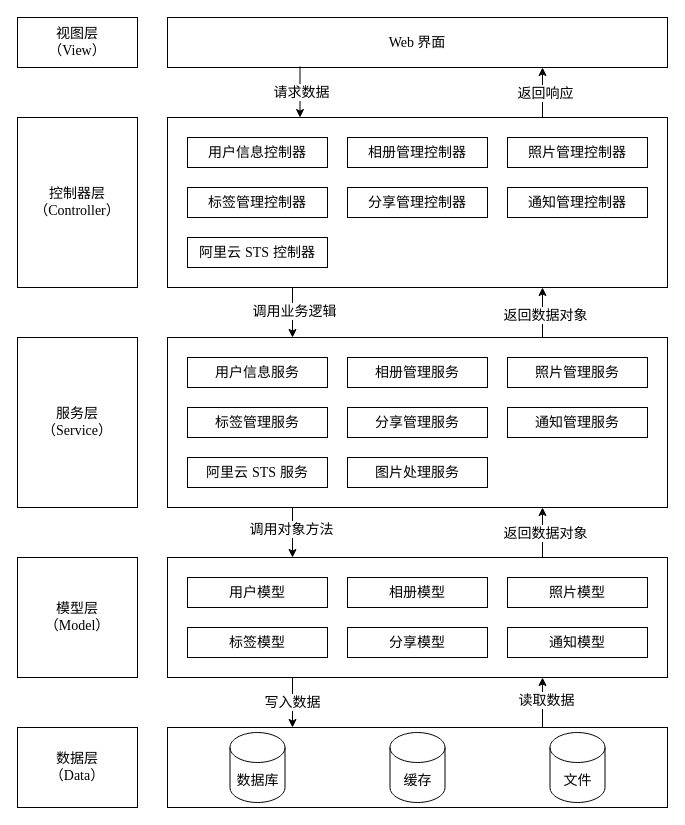
The draw.io diagram public/Untitled Diagram.drawio in 3fuyang/3fuyang.github.io, before the edit. Source tidied: cells renumbered, new cells numbered last; positions are measured from the earlier drawing's top-left corner, leaving out a move shared by most shapes. Both pictures are drawn from the tidied source at 100%, with x=0, y=0 at pixel (17, 17).
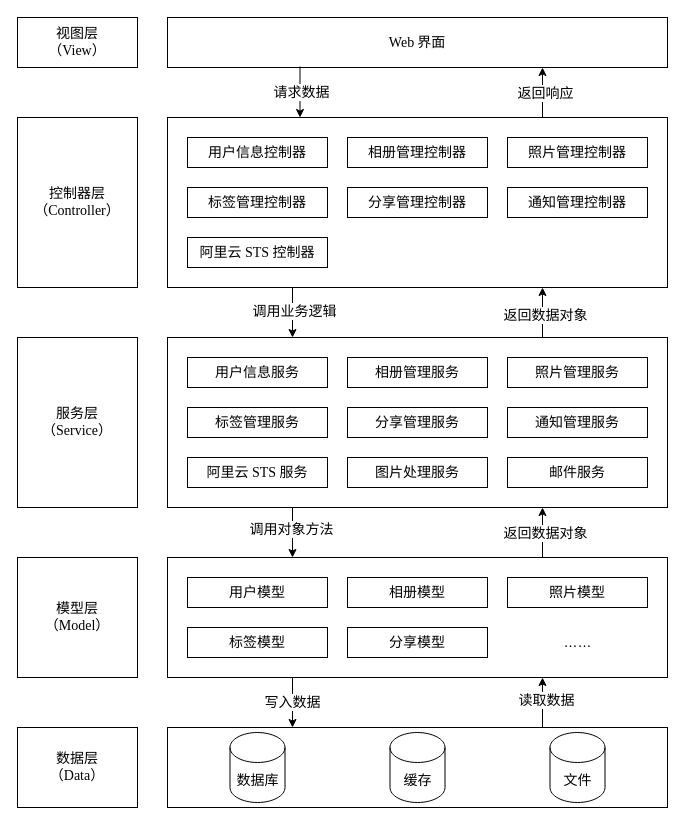
The same diagram, later.

Commit message:
更新总体架构图

Change to the diagram source:
```diff
@@
-    <mxCell id="3" value="&lt;font style=&quot;font-size: 14px;&quot; face=&quot;Times New Roman&quot;&gt;Web&lt;/font&gt; &lt;font face=&quot;宋体&quot; style=&quot;font-size: 14px;&quot;&gt;界面&lt;/font&gt;" style="rounded=0;whiteSpace=wrap;html=1;" parent="1" vertex="1">
+    <mxCell id="3" value="&lt;font style=&quot;font-size: 14px;&quot; face=&quot;Times New Roman&quot;&gt;Web&lt;/font&gt;&lt;font face=&quot;Times New Roman&quot;&gt; &lt;/font&gt;&lt;font face=&quot;宋体&quot; style=&quot;font-size: 14px;&quot;&gt;界面&lt;/font&gt;" style="rounded=0;whiteSpace=wrap;html=1;" parent="1" vertex="1">
       <mxGeometry x="150" width="500" height="50" as="geometry" />
     </mxCell>
@@
-    <mxCell id="30" value="&lt;font style=&quot;border-color: var(--border-color); font-size: 14px;&quot; face=&quot;宋体&quot;&gt;阿里云&amp;nbsp;&lt;/font&gt;&lt;font style=&quot;border-color: var(--border-color); font-size: 14px;&quot; face=&quot;Times New Roman&quot;&gt;STS&lt;/font&gt;&lt;font style=&quot;border-color: var(--border-color); font-size: 14px;&quot; face=&quot;宋体&quot;&gt;&amp;nbsp;服务&lt;/font&gt;" style="rounded=0;whiteSpace=wrap;html=1;" parent="1" vertex="1">
+    <mxCell id="30" value="&lt;font style=&quot;border-color: var(--border-color); font-size: 14px;&quot; face=&quot;宋体&quot;&gt;阿里云&lt;/font&gt;&lt;font face=&quot;Times New Roman&quot; style=&quot;border-color: var(--border-color); font-size: 14px;&quot;&gt;&amp;nbsp;&lt;/font&gt;&lt;font style=&quot;border-color: var(--border-color); font-size: 14px;&quot; face=&quot;Times New Roman&quot;&gt;STS&lt;/font&gt;&lt;font face=&quot;Times New Roman&quot; style=&quot;border-color: var(--border-color); font-size: 14px;&quot;&gt;&amp;nbsp;&lt;/font&gt;&lt;font style=&quot;border-color: var(--border-color); font-size: 14px;&quot; face=&quot;宋体&quot;&gt;服务&lt;/font&gt;" style="rounded=0;whiteSpace=wrap;html=1;" parent="1" vertex="1">
       <mxGeometry x="170" y="440" width="140" height="30" as="geometry" />
     </mxCell>
@@
-    <mxCell id="48" value="&lt;font style=&quot;border-color: var(--border-color); font-size: 14px;&quot; face=&quot;宋体&quot;&gt;阿里云&amp;nbsp;&lt;/font&gt;&lt;font style=&quot;border-color: var(--border-color); font-size: 14px;&quot; face=&quot;Times New Roman&quot;&gt;STS&lt;/font&gt;&lt;font style=&quot;border-color: var(--border-color); font-size: 14px;&quot; face=&quot;宋体&quot;&gt;&amp;nbsp;控制器&lt;/font&gt;" style="rounded=0;whiteSpace=wrap;html=1;" parent="1" vertex="1">
+    <mxCell id="48" value="&lt;font style=&quot;border-color: var(--border-color); font-size: 14px;&quot; face=&quot;宋体&quot;&gt;阿里云&lt;/font&gt;&lt;font face=&quot;Times New Roman&quot; style=&quot;border-color: var(--border-color); font-size: 14px;&quot;&gt;&amp;nbsp;&lt;/font&gt;&lt;font style=&quot;border-color: var(--border-color); font-size: 14px;&quot; face=&quot;Times New Roman&quot;&gt;STS&lt;/font&gt;&lt;font face=&quot;Times New Roman&quot; style=&quot;border-color: var(--border-color); font-size: 14px;&quot;&gt;&amp;nbsp;&lt;/font&gt;&lt;font style=&quot;border-color: var(--border-color); font-size: 14px;&quot; face=&quot;宋体&quot;&gt;控制器&lt;/font&gt;" style="rounded=0;whiteSpace=wrap;html=1;" parent="1" vertex="1">
       <mxGeometry x="170" y="220" width="140" height="30" as="geometry" />
     </mxCell>
@@
-    <mxCell id="50" value="&lt;font style=&quot;font-size: 14px;&quot; face=&quot;宋体&quot;&gt;通知模型&lt;/font&gt;" style="rounded=0;whiteSpace=wrap;html=1;" parent="1" vertex="1">
-      <mxGeometry x="490" y="610" width="140" height="30" as="geometry" />
-    </mxCell>
+    <mxCell id="51" value="&lt;font style=&quot;font-size: 14px;&quot; face=&quot;宋体&quot;&gt;邮件服务&lt;/font&gt;" style="rounded=0;whiteSpace=wrap;html=1;" parent="1" vertex="1">
+      <mxGeometry x="490" y="440" width="140" height="30" as="geometry" />
+    </mxCell>
+    <mxCell id="52" value="&lt;font style=&quot;font-size: 14px;&quot;&gt;……&lt;/font&gt;" style="text;html=1;align=center;verticalAlign=middle;strokeColor=none;fillColor=none;" parent="1" vertex="1">
+      <mxGeometry x="535" y="610" width="50" height="30" as="geometry" />
+    </mxCell>
```
